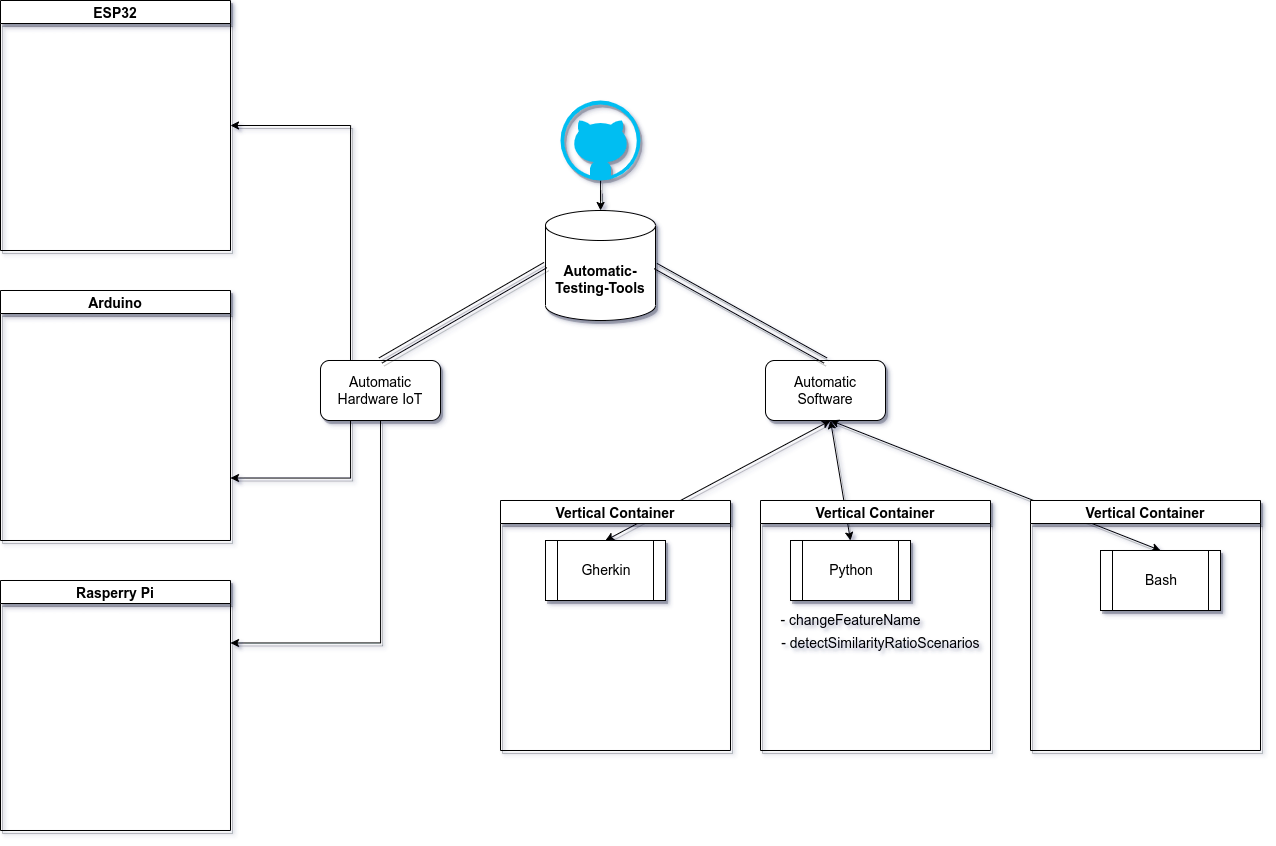
Before: StructureOfFolderClassification.png, a diagram exported from draw.io (tan-huynh/Automatic-Testing-Tool). Source tidied: cells renumbered, new cells last; positions are measured from the earlier drawing's top-left corner, leaving out a move shared by most shapes.
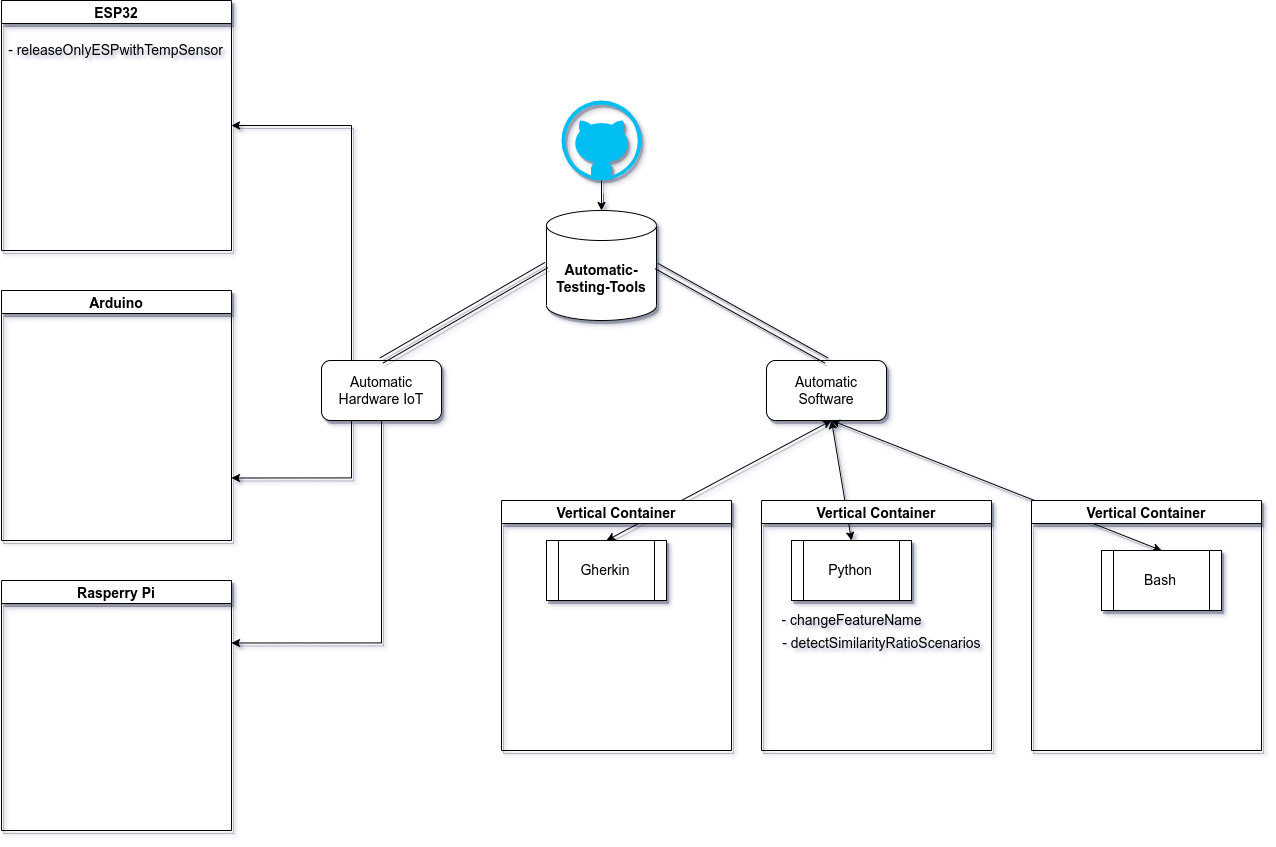
After the commit.

Diff of the diagram source:
```diff
@@ -78,6 +78,9 @@
     <mxCell id="23" value="ESP32" style="swimlane;shadow=1;fontSize=14;" parent="1" vertex="1">
       <mxGeometry width="230" height="250" as="geometry" />
     </mxCell>
+    <mxCell id="26" value="&lt;font style=&quot;font-size: 14px;&quot;&gt;- releaseOnlyESPwithTempSensor&lt;/font&gt;" style="text;html=1;align=center;verticalAlign=middle;strokeColor=none;fillColor=none;" parent="23" vertex="1">
+      <mxGeometry x="-1" y="40" width="230" height="20" as="geometry" />
+    </mxCell>
     <mxCell id="24" value="Arduino" style="swimlane;shadow=1;fontSize=14;" parent="1" vertex="1">
       <mxGeometry y="290" width="230" height="250" as="geometry" />
     </mxCell>
```
